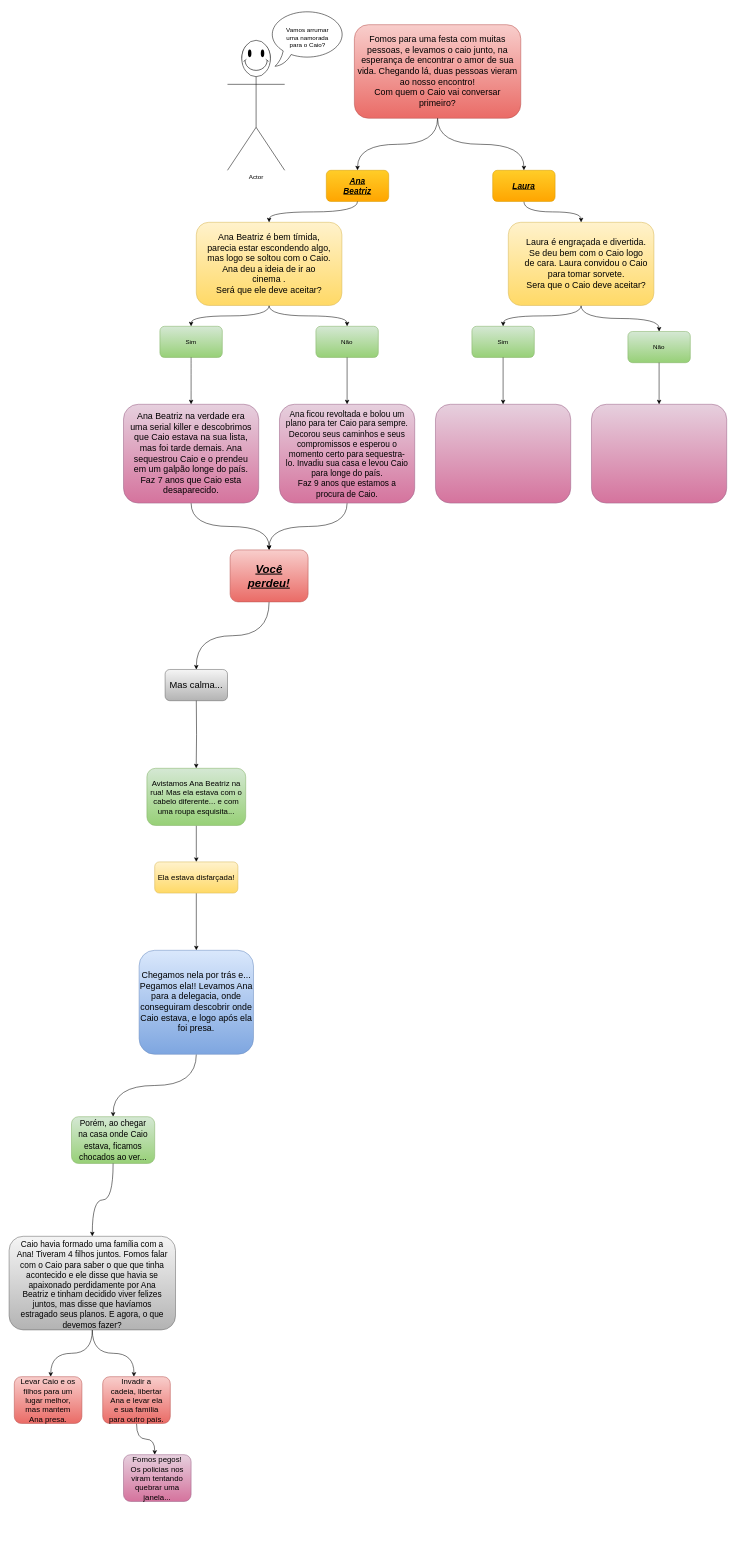
melzinhalindona/Aventuras-do-Caio keeps this draw.io diagram as melissa.drawio. Above is the earlier version. Source tidied: cells renumbered, new cells numbered last; positions are measured from the earlier drawing's top-left corner, leaving out a move shared by most shapes. Both pictures are drawn from the tidied source at 52%, with x=0, y=0 at pixel (9, 9).
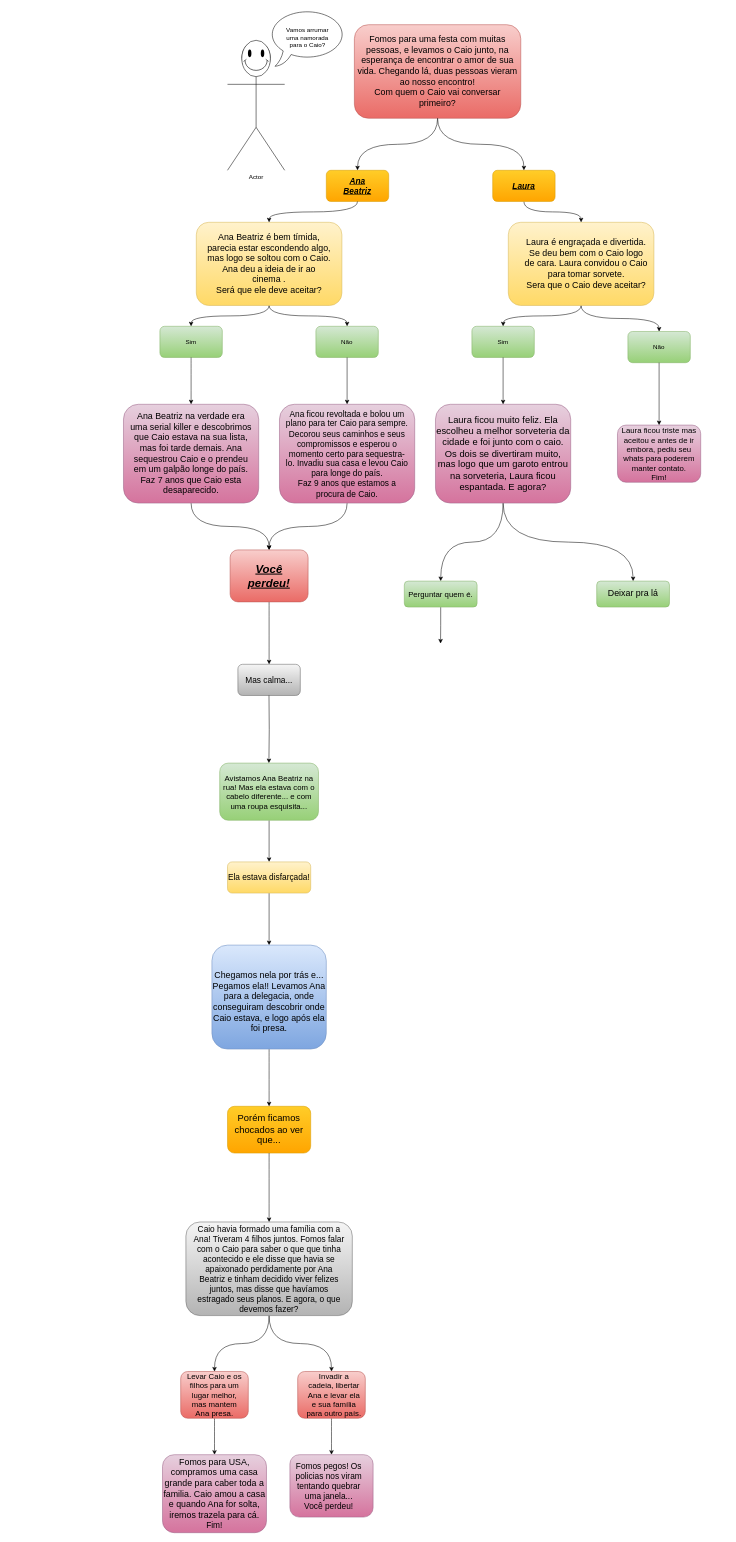
The same page after the edit.

The change refers to these unchanged cells:
```xml
<mxCell id="2" style="group;fontColor=#EA6B66;" parent="1" vertex="1">
  <mxGeometry x="664" y="30" width="320" height="180" as="geometry" />
</mxCell>
```

Change to the diagram source:
```diff
@@
-    <mxCell id="4" value="Fomos para uma festa com muitas pessoas, e levamos o caio junto, na esperança de encontrar o amor de sua vida. Chegando lá, duas pessoas vieram ao nosso encontro!&lt;div&gt;Com quem o Caio vai conversar primeiro?&lt;/div&gt;" style="text;html=1;align=center;verticalAlign=middle;whiteSpace=wrap;rounded=0;fontSize=17;" parent="2" vertex="1">
+    <mxCell id="4" value="Fomos para uma festa com muitas pessoas, e levamos o Caio junto, na esperança de encontrar o amor de sua vida. Chegando lá, duas pessoas vieram ao nosso encontro!&lt;div&gt;Com quem o Caio vai conversar primeiro?&lt;/div&gt;" style="text;html=1;align=center;verticalAlign=middle;whiteSpace=wrap;rounded=0;fontSize=17;" parent="2" vertex="1">
       <mxGeometry x="5.2" y="20.3" width="309.7" height="139.4" as="geometry" />
     </mxCell>
@@
+    <mxCell id="77" style="edgeStyle=orthogonalEdgeStyle;rounded=0;jettySize=auto;html=1;exitX=0.5;exitY=1;exitDx=0;exitDy=0;curved=1;" parent="1" edge="1" source="48">
+      <mxGeometry relative="1" as="geometry">
+        <mxPoint x="830" y="1100" as="targetPoint" />
+      </mxGeometry>
+    </mxCell>
+    <mxCell id="78" style="edgeStyle=orthogonalEdgeStyle;rounded=0;jettySize=auto;html=1;exitX=0.5;exitY=1;exitDx=0;exitDy=0;curved=1;" parent="1" edge="1" source="48">
+      <mxGeometry relative="1" as="geometry">
+        <mxPoint x="1200" y="1100" as="targetPoint" />
+      </mxGeometry>
+    </mxCell>
-    <mxCell id="48" style="rounded=1;whiteSpace=wrap;html=1;fillColor=#e6d0de;gradientColor=#d5739d;strokeColor=#996185;" parent="1" vertex="1">
+    <mxCell id="48" value="&lt;font style=&quot;font-size: 18px;&quot;&gt;Laura ficou muito feliz. Ela escolheu a melhor sorveteria da cidade e foi junto com o caio. Os dois se divertiram muito, mas logo que um garoto entrou na sorveteria, Laura ficou espantada. E agora?&lt;/font&gt;" style="rounded=1;whiteSpace=wrap;html=1;fillColor=#e6d0de;gradientColor=#d5739d;strokeColor=#996185;" parent="1" vertex="1">
       <mxGeometry x="820" y="760" width="260" height="190" as="geometry" />
     </mxCell>
-    <mxCell id="49" style="rounded=1;whiteSpace=wrap;html=1;fillColor=#e6d0de;gradientColor=#d5739d;strokeColor=#996185;" parent="1" vertex="1">
-      <mxGeometry x="1120" y="760" width="260" height="190" as="geometry" />
+    <mxCell id="49" value="&lt;font style=&quot;font-size: 15px;&quot;&gt;Laura ficou triste mas aceitou e antes de ir embora, pediu seu whats para poderem manter contato.&lt;/font&gt;&lt;div&gt;&lt;font style=&quot;font-size: 15px;&quot;&gt;Fim!&lt;/font&gt;&lt;/div&gt;" style="rounded=1;whiteSpace=wrap;html=1;fillColor=#e6d0de;gradientColor=#d5739d;strokeColor=#996185;" parent="1" vertex="1">
+      <mxGeometry x="1170" y="800" width="160" height="110" as="geometry" />
     </mxCell>
@@
-    <mxCell id="52" style="rounded=1;whiteSpace=wrap;html=1;fillColor=#f5f5f5;gradientColor=#b3b3b3;strokeColor=#666666;" parent="1" vertex="1">
-      <mxGeometry x="300" y="1270" width="120" height="60" as="geometry" />
+    <mxCell id="52" value="&lt;font style=&quot;font-size: 16px;&quot;&gt;Mas calma...&lt;/font&gt;" style="rounded=1;whiteSpace=wrap;html=1;fillColor=#f5f5f5;gradientColor=#b3b3b3;strokeColor=#666666;" parent="1" vertex="1">
+      <mxGeometry x="440" y="1260" width="120" height="60" as="geometry" />
     </mxCell>
     <mxCell id="53" style="edgeStyle=orthogonalEdgeStyle;rounded=0;orthogonalLoop=1;jettySize=auto;html=1;" parent="1" edge="1">
       <mxGeometry relative="1" as="geometry">
-        <mxPoint x="360" y="1330" as="sourcePoint" />
-        <mxPoint x="359.8" y="1460" as="targetPoint" />
+        <mxPoint x="499.8" y="1320" as="sourcePoint" />
+        <mxPoint x="499.6" y="1450" as="targetPoint" />
       </mxGeometry>
     </mxCell>
-    <mxCell id="54" value="&lt;font style=&quot;font-size: 18px;&quot;&gt;Mas calma...&lt;/font&gt;" style="text;html=1;align=center;verticalAlign=middle;whiteSpace=wrap;rounded=0;" parent="1" vertex="1">
-      <mxGeometry x="295" y="1272.5" width="130" height="55" as="geometry" />
-    </mxCell>
@@
     <mxCell id="56" value="Avistamos Ana Beatriz na rua! Mas ela estava com o cabelo diferente... e com uma roupa esquisita..." style="rounded=1;whiteSpace=wrap;html=1;fillColor=#d5e8d4;gradientColor=#97d077;strokeColor=#82b366;fontSize=15;" parent="1" vertex="1">
-      <mxGeometry x="265" y="1460" width="190" height="110" as="geometry" />
+      <mxGeometry x="405" y="1450" width="190" height="110" as="geometry" />
     </mxCell>
@@
-    <mxCell id="58" style="rounded=1;whiteSpace=wrap;html=1;fillColor=#fff2cc;gradientColor=#ffd966;strokeColor=#d6b656;" parent="1" vertex="1">
-      <mxGeometry x="280" y="1640" width="160" height="60" as="geometry" />
+    <mxCell id="58" value="&lt;font style=&quot;font-size: 16px;&quot;&gt;Ela estava disfarçada!&lt;/font&gt;" style="rounded=1;whiteSpace=wrap;html=1;fillColor=#fff2cc;gradientColor=#ffd966;strokeColor=#d6b656;" parent="1" vertex="1">
+      <mxGeometry x="420" y="1640" width="160" height="60" as="geometry" />
     </mxCell>
-    <mxCell id="59" value="Ela estava disfarçada!" style="text;html=1;align=center;verticalAlign=middle;whiteSpace=wrap;rounded=0;fontSize=15;fontStyle=0;" parent="1" vertex="1">
-      <mxGeometry x="270" y="1655" width="180" height="30" as="geometry" />
-    </mxCell>
@@
     <mxCell id="61" style="rounded=1;whiteSpace=wrap;html=1;fillColor=#dae8fc;strokeColor=#6c8ebf;gradientColor=#7ea6e0;" parent="1" vertex="1">
-      <mxGeometry x="250" y="1810" width="220" height="200" as="geometry" />
+      <mxGeometry x="390" y="1800" width="220" height="200" as="geometry" />
     </mxCell>
     <mxCell id="62" value="&lt;font style=&quot;font-size: 17px;&quot;&gt;Chegamos nela por trás e...&lt;/font&gt;&lt;div&gt;&lt;font style=&quot;font-size: 17px;&quot;&gt;Pegamos ela!! Levamos Ana para a delegacia, onde conseguiram descobrir onde Caio estava, e logo após ela foi presa.&lt;/font&gt;&lt;/div&gt;" style="text;html=1;align=center;verticalAlign=middle;whiteSpace=wrap;rounded=0;" parent="1" vertex="1">
-      <mxGeometry x="250" y="1820" width="220" height="180" as="geometry" />
+      <mxGeometry x="390" y="1820" width="220" height="180" as="geometry" />
     </mxCell>
-    <mxCell id="63" style="rounded=1;whiteSpace=wrap;html=1;fillColor=#d5e8d4;gradientColor=#97d077;strokeColor=#82b366;" parent="1" vertex="1">
-      <mxGeometry x="120" y="2130" width="160" height="90" as="geometry" />
+    <mxCell id="63" value="&lt;font style=&quot;font-size: 18px;&quot;&gt;Porém ficamos chocados ao ver que...&lt;/font&gt;" style="rounded=1;whiteSpace=wrap;html=1;fillColor=#ffcd28;strokeColor=#d79b00;gradientColor=#ffa500;" parent="1" vertex="1">
+      <mxGeometry x="420" y="2110" width="160" height="90" as="geometry" />
     </mxCell>
-    <mxCell id="64" style="edgeStyle=orthogonalEdgeStyle;rounded=0;jettySize=auto;html=1;exitX=0.5;exitY=1;exitDx=0;exitDy=0;entryX=0.5;entryY=0;entryDx=0;entryDy=0;curved=1;" parent="1" edge="1" source="65" target="68">
+    <mxCell id="64" style="edgeStyle=orthogonalEdgeStyle;rounded=0;jettySize=auto;html=1;exitX=0.5;exitY=1;exitDx=0;exitDy=0;entryX=0.5;entryY=0;entryDx=0;entryDy=0;curved=1;" parent="1" edge="1" source="63" target="68">
       <mxGeometry relative="1" as="geometry" />
     </mxCell>
-    <mxCell id="65" value="&lt;font style=&quot;font-size: 16px;&quot;&gt;Porém, ao chegar na casa onde Caio estava, ficamos chocados ao ver...&lt;/font&gt;" style="text;html=1;align=center;verticalAlign=middle;whiteSpace=wrap;rounded=0;fontSize=18;" parent="1" vertex="1">
-      <mxGeometry x="130" y="2130" width="140" height="90" as="geometry" />
-    </mxCell>
-    <mxCell id="66" style="edgeStyle=orthogonalEdgeStyle;rounded=0;jettySize=auto;html=1;exitX=0.5;exitY=1;exitDx=0;exitDy=0;curved=1;" parent="1" edge="1" source="68">
-      <mxGeometry relative="1" as="geometry">
-        <mxPoint x="80" y="2630" as="targetPoint" />
-      </mxGeometry>
+    <mxCell id="66" style="edgeStyle=orthogonalEdgeStyle;rounded=0;jettySize=auto;html=1;exitX=0.5;exitY=1;exitDx=0;exitDy=0;curved=1;entryX=0.5;entryY=0;entryDx=0;entryDy=0;" parent="1" edge="1" source="68" target="70">
+      <mxGeometry relative="1" as="geometry" />
     </mxCell>
-    <mxCell id="67" style="edgeStyle=orthogonalEdgeStyle;rounded=0;jettySize=auto;html=1;exitX=0.5;exitY=1;exitDx=0;exitDy=0;curved=1;" parent="1" edge="1" source="68">
-      <mxGeometry relative="1" as="geometry">
-        <mxPoint x="240" y="2630" as="targetPoint" />
-      </mxGeometry>
+    <mxCell id="67" style="edgeStyle=orthogonalEdgeStyle;rounded=0;jettySize=auto;html=1;exitX=0.5;exitY=1;exitDx=0;exitDy=0;curved=1;entryX=0.5;entryY=0;entryDx=0;entryDy=0;" parent="1" edge="1" source="68" target="72">
+      <mxGeometry relative="1" as="geometry" />
     </mxCell>
     <mxCell id="68" style="rounded=1;whiteSpace=wrap;html=1;fillColor=#f5f5f5;gradientColor=#b3b3b3;strokeColor=#666666;" parent="1" vertex="1">
-      <mxGeometry y="2360" width="320" height="180" as="geometry" />
+      <mxGeometry x="340" y="2332.5" width="320" height="180" as="geometry" />
     </mxCell>
     <mxCell id="69" value="&lt;font style=&quot;font-size: 16px;&quot;&gt;Caio havia formado uma família com a Ana! Tiveram 4 filhos juntos. Fomos falar com o Caio para saber o que que tinha acontecido e ele disse que havia se apaixonado perdidamente por Ana Beatriz e tinham decidido viver felizes juntos, mas disse que havíamos estragado seus planos. E agora, o que devemos fazer?&lt;/font&gt;" style="text;html=1;align=center;verticalAlign=middle;whiteSpace=wrap;rounded=0;fontSize=15;" parent="1" vertex="1">
-      <mxGeometry x="10" y="2370" width="300" height="165" as="geometry" />
+      <mxGeometry x="350" y="2340" width="300" height="165" as="geometry" />
     </mxCell>
+    <mxCell id="79" style="edgeStyle=orthogonalEdgeStyle;rounded=0;jettySize=auto;html=1;exitX=0.5;exitY=1;exitDx=0;exitDy=0;entryX=0.5;entryY=0;entryDx=0;entryDy=0;curved=1;" parent="1" edge="1" source="70" target="80">
+      <mxGeometry relative="1" as="geometry" />
+    </mxCell>
     <mxCell id="70" style="rounded=1;whiteSpace=wrap;html=1;fillColor=#f8cecc;gradientColor=#ea6b66;strokeColor=#b85450;" parent="1" vertex="1">
-      <mxGeometry x="10" y="2630" width="130" height="90" as="geometry" />
+      <mxGeometry x="330" y="2620" width="130" height="90" as="geometry" />
     </mxCell>
-    <mxCell id="71" style="edgeStyle=orthogonalEdgeStyle;rounded=0;jettySize=auto;html=1;exitX=0.5;exitY=1;exitDx=0;exitDy=0;curved=1;" parent="1" edge="1" source="72">
-      <mxGeometry relative="1" as="geometry">
-        <mxPoint x="280" y="2780" as="targetPoint" />
-      </mxGeometry>
+    <mxCell id="71" style="edgeStyle=orthogonalEdgeStyle;rounded=0;jettySize=auto;html=1;exitX=0.5;exitY=1;exitDx=0;exitDy=0;curved=1;entryX=0.5;entryY=0;entryDx=0;entryDy=0;" parent="1" edge="1" source="72" target="75">
+      <mxGeometry relative="1" as="geometry" />
     </mxCell>
     <mxCell id="72" style="rounded=1;whiteSpace=wrap;html=1;fillColor=#f8cecc;gradientColor=#ea6b66;strokeColor=#b85450;" parent="1" vertex="1">
-      <mxGeometry x="180" y="2630" width="130" height="90" as="geometry" />
+      <mxGeometry x="555" y="2620" width="130" height="90" as="geometry" />
     </mxCell>
     <mxCell id="73" value="&lt;font style=&quot;font-size: 15px;&quot;&gt;Levar Caio e os filhos para um lugar melhor, mas mantem Ana presa.&lt;/font&gt;" style="text;html=1;align=center;verticalAlign=middle;whiteSpace=wrap;rounded=0;" parent="1" vertex="1">
-      <mxGeometry x="20" y="2640" width="110" height="70" as="geometry" />
+      <mxGeometry x="340" y="2630" width="110" height="70" as="geometry" />
     </mxCell>
     <mxCell id="74" value="&lt;font style=&quot;font-size: 15px;&quot;&gt;Invadir a cadeia, libertar Ana e levar ela e sua família para outro país.&lt;/font&gt;" style="text;html=1;align=center;verticalAlign=middle;whiteSpace=wrap;rounded=0;" parent="1" vertex="1">
-      <mxGeometry x="190" y="2640" width="110" height="70" as="geometry" />
+      <mxGeometry x="570" y="2630" width="110" height="70" as="geometry" />
     </mxCell>
     <mxCell id="75" style="rounded=1;whiteSpace=wrap;html=1;fillColor=#e6d0de;gradientColor=#d5739d;strokeColor=#996185;" parent="1" vertex="1">
-      <mxGeometry x="220" y="2780" width="130" height="90" as="geometry" />
+      <mxGeometry x="540" y="2780" width="160" height="120" as="geometry" />
     </mxCell>
-    <mxCell id="76" value="&lt;font style=&quot;font-size: 15px;&quot;&gt;Fomos pegos! Os policias nos viram tentando quebrar uma janela...&lt;/font&gt;" style="text;html=1;align=center;verticalAlign=middle;whiteSpace=wrap;rounded=0;" parent="1" vertex="1">
-      <mxGeometry x="230" y="2790" width="110" height="70" as="geometry" />
+    <mxCell id="76" value="&lt;font style=&quot;font-size: 16px;&quot;&gt;Fomos pegos! Os policias nos viram tentando quebrar uma janela...&lt;/font&gt;&lt;div&gt;&lt;font style=&quot;font-size: 16px;&quot;&gt;Você perdeu!&lt;/font&gt;&lt;/div&gt;" style="text;html=1;align=center;verticalAlign=middle;whiteSpace=wrap;rounded=0;" parent="1" vertex="1">
+      <mxGeometry x="545" y="2790" width="140" height="100" as="geometry" />
     </mxCell>
+    <mxCell id="80" value="&lt;font style=&quot;font-size: 17px;&quot;&gt;Fomos para USA, compramos uma casa grande para caber toda a familia. Caio amou a casa e quando Ana for solta, iremos trazela para cá.&lt;/font&gt;&lt;div&gt;&lt;font style=&quot;font-size: 16px;&quot;&gt;Fim!&lt;/font&gt;&lt;/div&gt;" style="rounded=1;whiteSpace=wrap;html=1;fillColor=#e6d0de;gradientColor=#d5739d;strokeColor=#996185;" parent="1" vertex="1">
+      <mxGeometry x="295" y="2780" width="200" height="150" as="geometry" />
+    </mxCell>
+    <mxCell id="81" style="edgeStyle=orthogonalEdgeStyle;rounded=0;jettySize=auto;html=1;exitX=0.5;exitY=1;exitDx=0;exitDy=0;" parent="1" edge="1" source="82">
+      <mxGeometry relative="1" as="geometry">
+        <mxPoint x="829.7" y="1220" as="targetPoint" />
+      </mxGeometry>
+    </mxCell>
+    <mxCell id="82" value="&lt;font style=&quot;font-size: 15px;&quot;&gt;Perguntar quem é.&lt;/font&gt;" style="rounded=1;whiteSpace=wrap;html=1;fillColor=#d5e8d4;gradientColor=#97d077;strokeColor=#82b366;" parent="1" vertex="1">
+      <mxGeometry x="760" y="1100" width="140" height="50" as="geometry" />
+    </mxCell>
+    <mxCell id="83" value="&lt;font style=&quot;font-size: 17px;&quot;&gt;Deixar pra lá&lt;/font&gt;" style="rounded=1;whiteSpace=wrap;html=1;fillColor=#d5e8d4;gradientColor=#97d077;strokeColor=#82b366;" parent="1" vertex="1">
+      <mxGeometry x="1130" y="1100" width="140" height="50" as="geometry" />
+    </mxCell>
```
